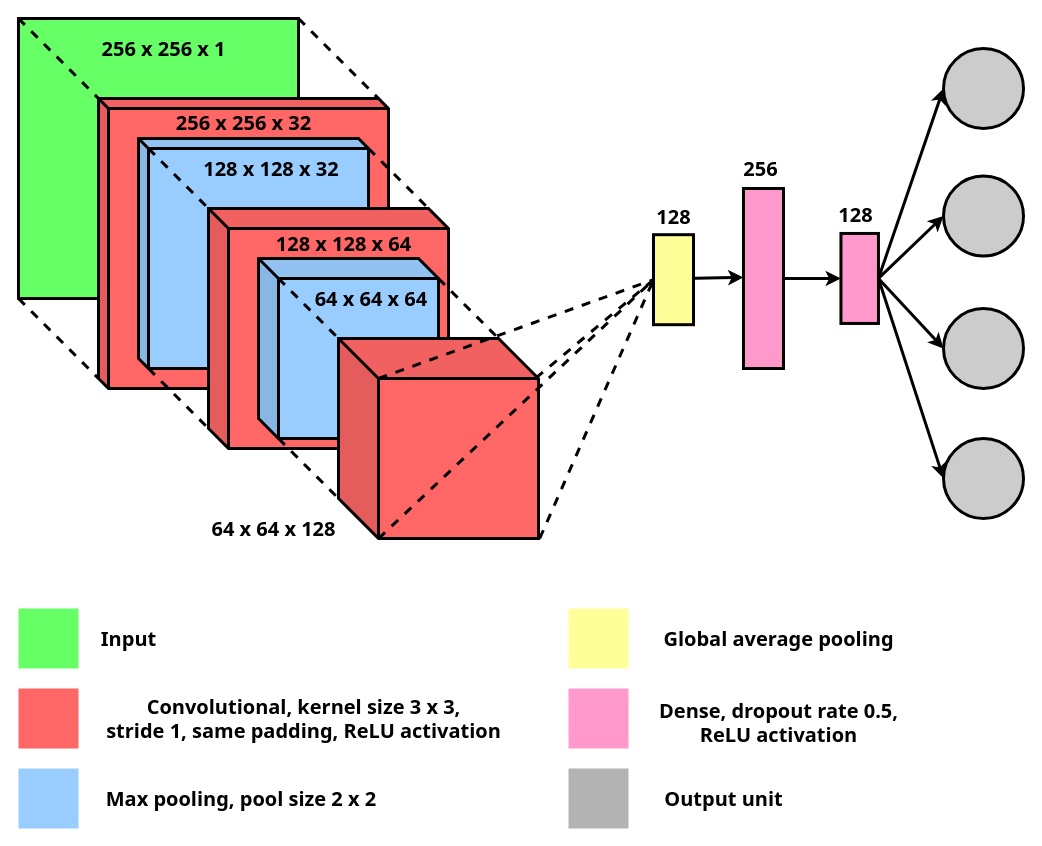
Earlier version of the draw.io diagram models/Phase classifiers/plots/architecture diagrams/v3_conv_3.drawio (jjheaton99/Liquid-Crystals-DL). Source tidied: cells renumbered, new cells numbered last; positions are measured from the earlier drawing's top-left corner, leaving out a move shared by most shapes. Both pictures are drawn from the tidied source at 100%, with x=0, y=0 at pixel (18, 18).
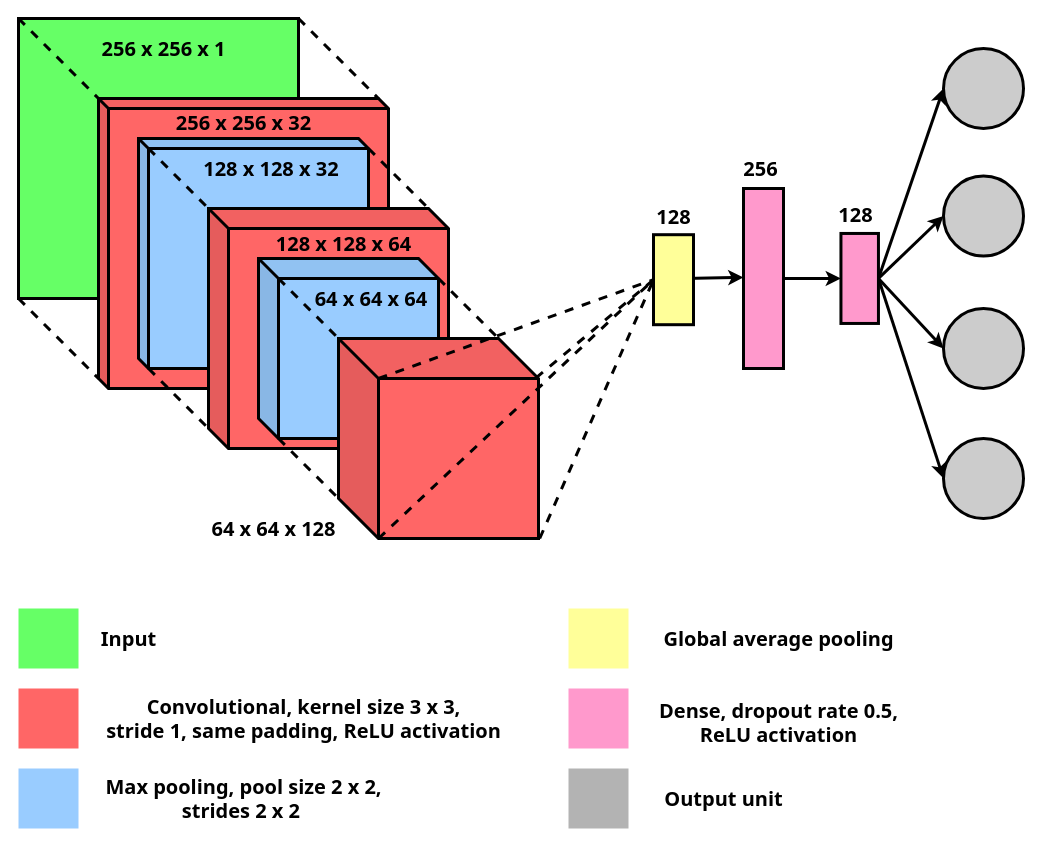
Above is the later version.

Change to the diagram source:
```diff
@@
-    <mxCell id="47" value="&lt;font face=&quot;Tahoma&quot;&gt;&lt;span style=&quot;font-size: 20px&quot;&gt;&lt;b&gt;Max pooling, pool size 2 x 2&amp;nbsp;&lt;/b&gt;&lt;/span&gt;&lt;/font&gt;" style="text;html=1;align=center;verticalAlign=middle;" parent="1" vertex="1">
-      <mxGeometry x="75" y="770" width="300" height="20" as="geometry" />
+    <mxCell id="47" value="&lt;font face=&quot;Tahoma&quot;&gt;&lt;span style=&quot;font-size: 20px&quot;&gt;&lt;b&gt;Max pooling, pool size 2 x 2,&lt;br&gt;strides 2 x 2&amp;nbsp;&lt;/b&gt;&lt;/span&gt;&lt;/font&gt;" style="text;html=1;align=center;verticalAlign=middle;" parent="1" vertex="1">
+      <mxGeometry x="75" y="760" width="300" height="40" as="geometry" />
     </mxCell>
```
